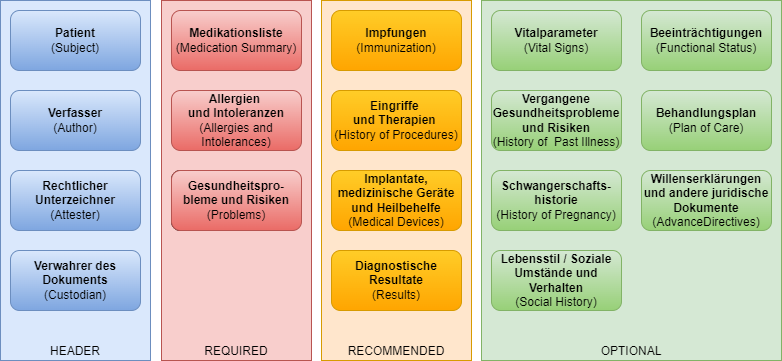
Before: input/images/APS_Sections.drawio.png, a diagram exported from draw.io (HL7Austria/ELGA-AustrianPatientSummary-R4). Source tidied: cells renumbered, new cells last; positions are measured from the earlier drawing's top-left corner, leaving out a move shared by most shapes.
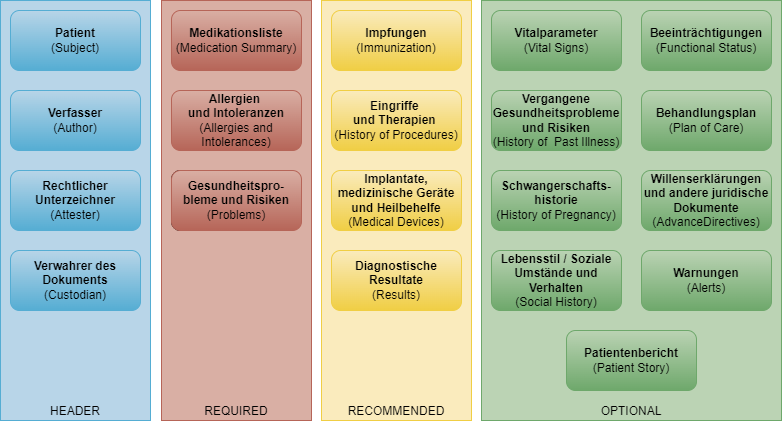
Above is the later version.

Change to the diagram source:
```diff
@@ -2,74 +2,80 @@
   <root>
     <mxCell id="0" />
     <mxCell id="1" parent="0" />
-    <mxCell id="2" value="HEADER" style="rounded=0;whiteSpace=wrap;html=1;verticalAlign=bottom;strokeColor=#6c8ebf;fillColor=#dae8fc;" parent="1" vertex="1">
-      <mxGeometry width="150" height="360" as="geometry" />
+    <mxCell id="2" value="HEADER" style="rounded=0;whiteSpace=wrap;html=1;verticalAlign=bottom;strokeColor=#55add3;fillColor=#b8d5e8;" parent="1" vertex="1">
+      <mxGeometry width="150" height="420" as="geometry" />
     </mxCell>
-    <mxCell id="3" value="RECOMMENDED" style="rounded=0;whiteSpace=wrap;html=1;verticalAlign=bottom;strokeColor=#d79b00;fillColor=#ffe6cc;" parent="1" vertex="1">
-      <mxGeometry x="321" width="150" height="360" as="geometry" />
+    <mxCell id="3" value="RECOMMENDED" style="rounded=0;whiteSpace=wrap;html=1;verticalAlign=bottom;strokeColor=#f0ce44;fillColor=#faebbd;" parent="1" vertex="1">
+      <mxGeometry x="321" width="150" height="420" as="geometry" />
     </mxCell>
-    <mxCell id="4" value="OPTIONAL" style="rounded=0;whiteSpace=wrap;html=1;verticalAlign=bottom;strokeColor=#82b366;fillColor=#d5e8d4;" parent="1" vertex="1">
-      <mxGeometry x="481" width="300" height="360" as="geometry" />
+    <mxCell id="4" value="OPTIONAL" style="rounded=0;whiteSpace=wrap;html=1;verticalAlign=bottom;strokeColor=#6ea86b;fillColor=#bbd3b4;" parent="1" vertex="1">
+      <mxGeometry x="481" width="300" height="420" as="geometry" />
     </mxCell>
-    <mxCell id="5" value="REQUIRED" style="rounded=0;whiteSpace=wrap;html=1;verticalAlign=bottom;strokeColor=#b85450;fillColor=#f8cecc;" parent="1" vertex="1">
-      <mxGeometry x="161" width="150" height="360" as="geometry" />
+    <mxCell id="5" value="REQUIRED" style="rounded=0;whiteSpace=wrap;html=1;verticalAlign=bottom;strokeColor=#b66558;fillColor=#d9afa4;" parent="1" vertex="1">
+      <mxGeometry x="161" width="150" height="420" as="geometry" />
     </mxCell>
-    <mxCell id="6" value="&lt;b&gt;Patient&lt;/b&gt;&lt;div&gt;(Subject)&lt;/div&gt;" style="rounded=1;whiteSpace=wrap;html=1;fillColor=#dae8fc;gradientColor=#7ea6e0;strokeColor=#6c8ebf;" parent="1" vertex="1">
+    <mxCell id="6" value="&lt;b&gt;Patient&lt;/b&gt;&lt;div&gt;(Subject)&lt;/div&gt;" style="rounded=1;whiteSpace=wrap;html=1;fillColor=#b8d5e8;gradientColor=#55add3;strokeColor=#55add3;align=center;verticalAlign=middle;fontFamily=Helvetica;fontSize=12;fontColor=default;" parent="1" vertex="1">
       <mxGeometry x="10" y="10" width="130" height="60" as="geometry" />
     </mxCell>
-    <mxCell id="7" value="&lt;div&gt;&lt;b&gt;Rechtlicher Unterzeichner&lt;/b&gt;&lt;/div&gt;&lt;div&gt;(Attester)&lt;/div&gt;" style="rounded=1;whiteSpace=wrap;html=1;fillColor=#dae8fc;gradientColor=#7ea6e0;strokeColor=#6c8ebf;" parent="1" vertex="1">
+    <mxCell id="7" value="&lt;div&gt;&lt;b&gt;Rechtlicher Unterzeichner&lt;/b&gt;&lt;/div&gt;&lt;div&gt;(Attester)&lt;/div&gt;" style="rounded=1;whiteSpace=wrap;html=1;fillColor=#b8d5e8;gradientColor=#55add3;strokeColor=#55add3;align=center;verticalAlign=middle;fontFamily=Helvetica;fontSize=12;fontColor=default;" parent="1" vertex="1">
       <mxGeometry x="10" y="170" width="130" height="60" as="geometry" />
     </mxCell>
-    <mxCell id="8" value="&lt;b&gt;Verfasser&lt;/b&gt;&lt;div&gt;(Author)&lt;/div&gt;" style="rounded=1;whiteSpace=wrap;html=1;fillColor=#dae8fc;gradientColor=#7ea6e0;strokeColor=#6c8ebf;" parent="1" vertex="1">
+    <mxCell id="8" value="&lt;b&gt;Verfasser&lt;/b&gt;&lt;div&gt;(Author)&lt;/div&gt;" style="rounded=1;whiteSpace=wrap;html=1;fillColor=#b8d5e8;gradientColor=#55add3;strokeColor=#55add3;align=center;verticalAlign=middle;fontFamily=Helvetica;fontSize=12;fontColor=default;" parent="1" vertex="1">
       <mxGeometry x="10" y="90" width="130" height="60" as="geometry" />
     </mxCell>
-    <mxCell id="9" value="&lt;div&gt;&lt;b&gt;Verwahrer des Dokuments&lt;/b&gt;&lt;/div&gt;(Custodian)" style="rounded=1;whiteSpace=wrap;html=1;fillColor=#dae8fc;gradientColor=#7ea6e0;strokeColor=#6c8ebf;" parent="1" vertex="1">
+    <mxCell id="9" value="&lt;div&gt;&lt;b&gt;Verwahrer des Dokuments&lt;/b&gt;&lt;/div&gt;(Custodian)" style="rounded=1;whiteSpace=wrap;html=1;fillColor=#b8d5e8;gradientColor=#55add3;strokeColor=#55add3;align=center;verticalAlign=middle;fontFamily=Helvetica;fontSize=12;fontColor=default;" parent="1" vertex="1">
       <mxGeometry x="10" y="250" width="130" height="60" as="geometry" />
     </mxCell>
-    <mxCell id="10" value="&lt;b&gt;Medikationsliste&lt;/b&gt;&lt;div&gt;(Medication Summary)&lt;/div&gt;" style="rounded=1;whiteSpace=wrap;html=1;fillColor=#f8cecc;gradientColor=#ea6b66;strokeColor=#b85450;" parent="1" vertex="1">
+    <mxCell id="10" value="&lt;b&gt;Medikationsliste&lt;/b&gt;&lt;div&gt;(Medication Summary)&lt;/div&gt;" style="rounded=1;whiteSpace=wrap;html=1;fillColor=#d9afa4;gradientColor=#b66558;strokeColor=#b66558;" parent="1" vertex="1">
       <mxGeometry x="171" y="10" width="130" height="60" as="geometry" />
     </mxCell>
     <mxCell id="11" value="Attester" style="rounded=1;whiteSpace=wrap;html=1;" parent="1" vertex="1">
       <mxGeometry x="171" y="170" width="120" height="60" as="geometry" />
     </mxCell>
-    <mxCell id="12" value="&lt;b&gt;Allergien&amp;nbsp;&lt;/b&gt;&lt;div&gt;&lt;b&gt;und Intoleranzen&lt;/b&gt;&lt;div&gt;(Allergies and Intolerances)&lt;/div&gt;&lt;/div&gt;" style="rounded=1;whiteSpace=wrap;html=1;fillColor=#f8cecc;gradientColor=#ea6b66;strokeColor=#b85450;" parent="1" vertex="1">
+    <mxCell id="12" value="&lt;b&gt;Allergien&amp;nbsp;&lt;/b&gt;&lt;div&gt;&lt;b&gt;und Intoleranzen&lt;/b&gt;&lt;div&gt;(Allergies and Intolerances)&lt;/div&gt;&lt;/div&gt;" style="rounded=1;whiteSpace=wrap;html=1;fillColor=#d9afa4;gradientColor=#b66558;strokeColor=#b66558;align=center;verticalAlign=middle;fontFamily=Helvetica;fontSize=12;fontColor=default;" parent="1" vertex="1">
       <mxGeometry x="171" y="90" width="130" height="60" as="geometry" />
     </mxCell>
-    <mxCell id="13" value="&lt;b&gt;Impfungen &lt;/b&gt;(Immunization)" style="rounded=1;whiteSpace=wrap;html=1;fillColor=#ffcd28;gradientColor=#ffa500;strokeColor=#d79b00;" parent="1" vertex="1">
+    <mxCell id="13" value="&lt;b&gt;Impfungen &lt;/b&gt;(Immunization)" style="rounded=1;whiteSpace=wrap;html=1;fillColor=#faebbd;gradientColor=#f0ce44;strokeColor=#f0ce44;" parent="1" vertex="1">
       <mxGeometry x="331" y="10" width="130" height="60" as="geometry" />
     </mxCell>
-    <mxCell id="14" value="&lt;b&gt;Implantate, medizinische Geräte und Heilbehelfe&lt;/b&gt;&lt;div&gt;(Medical Devices)&lt;/div&gt;" style="rounded=1;whiteSpace=wrap;html=1;fillColor=#ffcd28;gradientColor=#ffa500;strokeColor=#d79b00;" parent="1" vertex="1">
+    <mxCell id="14" value="&lt;b&gt;Implantate, medizinische Geräte und Heilbehelfe&lt;/b&gt;&lt;div&gt;(Medical Devices)&lt;/div&gt;" style="rounded=1;whiteSpace=wrap;html=1;fillColor=#faebbd;gradientColor=#f0ce44;strokeColor=#f0ce44;align=center;verticalAlign=middle;fontFamily=Helvetica;fontSize=12;fontColor=default;" parent="1" vertex="1">
       <mxGeometry x="331" y="170" width="130" height="60" as="geometry" />
     </mxCell>
-    <mxCell id="15" value="&lt;b&gt;Eingriffe&amp;nbsp;&lt;/b&gt;&lt;div&gt;&lt;b&gt;und Therapien&amp;nbsp;&lt;/b&gt;&lt;div&gt;(History of&amp;nbsp;Procedures)&lt;/div&gt;&lt;/div&gt;" style="rounded=1;whiteSpace=wrap;html=1;fillColor=#ffcd28;gradientColor=#ffa500;strokeColor=#d79b00;" parent="1" vertex="1">
+    <mxCell id="15" value="&lt;b&gt;Eingriffe&amp;nbsp;&lt;/b&gt;&lt;div&gt;&lt;b&gt;und Therapien&amp;nbsp;&lt;/b&gt;&lt;div&gt;(History of&amp;nbsp;Procedures)&lt;/div&gt;&lt;/div&gt;" style="rounded=1;whiteSpace=wrap;html=1;fillColor=#faebbd;gradientColor=#f0ce44;strokeColor=#f0ce44;align=center;verticalAlign=middle;fontFamily=Helvetica;fontSize=12;fontColor=default;" parent="1" vertex="1">
       <mxGeometry x="331" y="90" width="130" height="60" as="geometry" />
     </mxCell>
-    <mxCell id="16" value="&lt;b&gt;Diagnostische Resultate&lt;/b&gt;&lt;div&gt;(Results)&lt;/div&gt;" style="rounded=1;whiteSpace=wrap;html=1;fillColor=#ffcd28;gradientColor=#ffa500;strokeColor=#d79b00;" parent="1" vertex="1">
+    <mxCell id="16" value="&lt;b&gt;Diagnostische Resultate&lt;/b&gt;&lt;div&gt;(Results)&lt;/div&gt;" style="rounded=1;whiteSpace=wrap;html=1;fillColor=#faebbd;gradientColor=#f0ce44;strokeColor=#f0ce44;align=center;verticalAlign=middle;fontFamily=Helvetica;fontSize=12;fontColor=default;" parent="1" vertex="1">
       <mxGeometry x="331" y="250" width="130" height="60" as="geometry" />
     </mxCell>
-    <mxCell id="17" value="&lt;b&gt;Vitalparameter&lt;/b&gt;&lt;div&gt;(Vital Signs)&lt;/div&gt;" style="rounded=1;whiteSpace=wrap;html=1;fillColor=#d5e8d4;strokeColor=#82b366;gradientColor=#97d077;" parent="1" vertex="1">
+    <mxCell id="17" value="&lt;b&gt;Vitalparameter&lt;/b&gt;&lt;div&gt;(Vital Signs)&lt;/div&gt;" style="rounded=1;whiteSpace=wrap;html=1;fillColor=#bbd3b4;strokeColor=#6ea86b;gradientColor=#6ea86b;" parent="1" vertex="1">
       <mxGeometry x="491" y="10" width="130" height="60" as="geometry" />
     </mxCell>
-    <mxCell id="18" value="&lt;b&gt;Schwangerschafts-historie&lt;/b&gt;&lt;div&gt;(History of Pregnancy)&lt;/div&gt;" style="rounded=1;whiteSpace=wrap;html=1;fillColor=#d5e8d4;strokeColor=#82b366;gradientColor=#97d077;" parent="1" vertex="1">
+    <mxCell id="18" value="&lt;b&gt;Schwangerschafts-historie&lt;/b&gt;&lt;div&gt;(History of Pregnancy)&lt;/div&gt;" style="rounded=1;whiteSpace=wrap;html=1;fillColor=#bbd3b4;strokeColor=#6ea86b;gradientColor=#6ea86b;align=center;verticalAlign=middle;fontFamily=Helvetica;fontSize=12;fontColor=default;" parent="1" vertex="1">
       <mxGeometry x="491" y="170" width="130" height="60" as="geometry" />
     </mxCell>
-    <mxCell id="19" value="&lt;b&gt;Vergangene Gesundheitsprobleme und Risiken&lt;/b&gt;&lt;div&gt;(History of&amp;nbsp; Past Illness)&lt;/div&gt;" style="rounded=1;whiteSpace=wrap;html=1;fillColor=#d5e8d4;strokeColor=#82b366;gradientColor=#97d077;" parent="1" vertex="1">
+    <mxCell id="19" value="&lt;b&gt;Vergangene Gesundheitsprobleme und Risiken&lt;/b&gt;&lt;div&gt;(History of&amp;nbsp; Past Illness)&lt;/div&gt;" style="rounded=1;whiteSpace=wrap;html=1;fillColor=#bbd3b4;strokeColor=#6ea86b;gradientColor=#6ea86b;align=center;verticalAlign=middle;fontFamily=Helvetica;fontSize=12;fontColor=default;" parent="1" vertex="1">
       <mxGeometry x="491" y="90" width="130" height="60" as="geometry" />
     </mxCell>
-    <mxCell id="20" value="&lt;b&gt;Lebensstil / Soziale Umstände und Verhalten&lt;/b&gt;&lt;div&gt;(Social History)&lt;/div&gt;" style="rounded=1;whiteSpace=wrap;html=1;fillColor=#d5e8d4;strokeColor=#82b366;gradientColor=#97d077;" parent="1" vertex="1">
+    <mxCell id="20" value="&lt;b&gt;Lebensstil / Soziale Umstände und Verhalten&lt;/b&gt;&lt;div&gt;(Social History)&lt;/div&gt;" style="rounded=1;whiteSpace=wrap;html=1;fillColor=#bbd3b4;strokeColor=#6ea86b;gradientColor=#6ea86b;align=center;verticalAlign=middle;fontFamily=Helvetica;fontSize=12;fontColor=default;" parent="1" vertex="1">
       <mxGeometry x="491" y="250" width="130" height="60" as="geometry" />
     </mxCell>
-    <mxCell id="21" value="&lt;b&gt;Beeinträchtigungen&lt;/b&gt;&lt;div&gt;(Functional Status)&lt;/div&gt;" style="rounded=1;whiteSpace=wrap;html=1;fillColor=#d5e8d4;strokeColor=#82b366;gradientColor=#97d077;" parent="1" vertex="1">
+    <mxCell id="21" value="&lt;b&gt;Beeinträchtigungen&lt;/b&gt;&lt;div&gt;(Functional Status)&lt;/div&gt;" style="rounded=1;whiteSpace=wrap;html=1;fillColor=#bbd3b4;strokeColor=#6ea86b;align=center;verticalAlign=middle;fontFamily=Helvetica;fontSize=12;fontColor=default;gradientColor=#6ea86b;" parent="1" vertex="1">
       <mxGeometry x="641" y="10" width="130" height="60" as="geometry" />
     </mxCell>
-    <mxCell id="22" value="&lt;b&gt;Willenserklärungen und andere juridische Dokumente&lt;/b&gt; (AdvanceDirectives)" style="rounded=1;whiteSpace=wrap;html=1;fillColor=#d5e8d4;strokeColor=#82b366;gradientColor=#97d077;" parent="1" vertex="1">
+    <mxCell id="22" value="&lt;b&gt;Willenserklärungen und andere juridische Dokumente&lt;/b&gt; (AdvanceDirectives)" style="rounded=1;whiteSpace=wrap;html=1;fillColor=#bbd3b4;strokeColor=#6ea86b;gradientColor=#6ea86b;align=center;verticalAlign=middle;fontFamily=Helvetica;fontSize=12;fontColor=default;" parent="1" vertex="1">
       <mxGeometry x="641" y="170" width="130" height="60" as="geometry" />
     </mxCell>
-    <mxCell id="23" value="&lt;b&gt;Behandlungsplan&lt;/b&gt;&lt;div&gt;(Plan of Care)&lt;/div&gt;" style="rounded=1;whiteSpace=wrap;html=1;fillColor=#d5e8d4;strokeColor=#82b366;gradientColor=#97d077;" parent="1" vertex="1">
+    <mxCell id="23" value="&lt;b&gt;Behandlungsplan&lt;/b&gt;&lt;div&gt;(Plan of Care)&lt;/div&gt;" style="rounded=1;whiteSpace=wrap;html=1;fillColor=#bbd3b4;strokeColor=#6ea86b;gradientColor=#6ea86b;align=center;verticalAlign=middle;fontFamily=Helvetica;fontSize=12;fontColor=default;" parent="1" vertex="1">
       <mxGeometry x="641" y="90" width="130" height="60" as="geometry" />
     </mxCell>
-    <mxCell id="24" value="&lt;b&gt;Gesundheitspro-bleme&amp;nbsp;&lt;/b&gt;&lt;b style=&quot;background-color: initial;&quot;&gt;und Risiken&lt;/b&gt;&lt;span style=&quot;background-color: initial;&quot;&gt; (Problems)&lt;/span&gt;" style="rounded=1;whiteSpace=wrap;html=1;fillColor=#f8cecc;gradientColor=#ea6b66;strokeColor=#b85450;" parent="1" vertex="1">
+    <mxCell id="24" value="&lt;b&gt;Gesundheitspro-bleme&amp;nbsp;&lt;/b&gt;&lt;b style=&quot;background-color: initial;&quot;&gt;und Risiken&lt;/b&gt;&lt;span style=&quot;background-color: initial;&quot;&gt; (Problems)&lt;/span&gt;" style="rounded=1;whiteSpace=wrap;html=1;fillColor=#d9afa4;gradientColor=#b66558;strokeColor=#b66558;align=center;verticalAlign=middle;fontFamily=Helvetica;fontSize=12;fontColor=default;" parent="1" vertex="1">
       <mxGeometry x="171" y="170" width="130" height="60" as="geometry" />
     </mxCell>
+    <mxCell id="25" value="&lt;b&gt;Warnungen&lt;/b&gt;&lt;div&gt; (Alerts)&lt;/div&gt;" style="rounded=1;whiteSpace=wrap;html=1;fillColor=#bbd3b4;strokeColor=#6ea86b;gradientColor=#6ea86b;align=center;verticalAlign=middle;fontFamily=Helvetica;fontSize=12;fontColor=default;" parent="1" vertex="1">
+      <mxGeometry x="641" y="250" width="130" height="60" as="geometry" />
+    </mxCell>
+    <mxCell id="26" value="&lt;b&gt;Patientenbericht&lt;/b&gt;&lt;div&gt;(Patient Story)&lt;/div&gt;" style="rounded=1;whiteSpace=wrap;html=1;fillColor=#bbd3b4;strokeColor=#6ea86b;gradientColor=#6ea86b;align=center;verticalAlign=middle;fontFamily=Helvetica;fontSize=12;fontColor=default;" parent="1" vertex="1">
+      <mxGeometry x="566" y="330" width="130" height="60" as="geometry" />
+    </mxCell>
   </root>
 </mxGraphModel>
```
